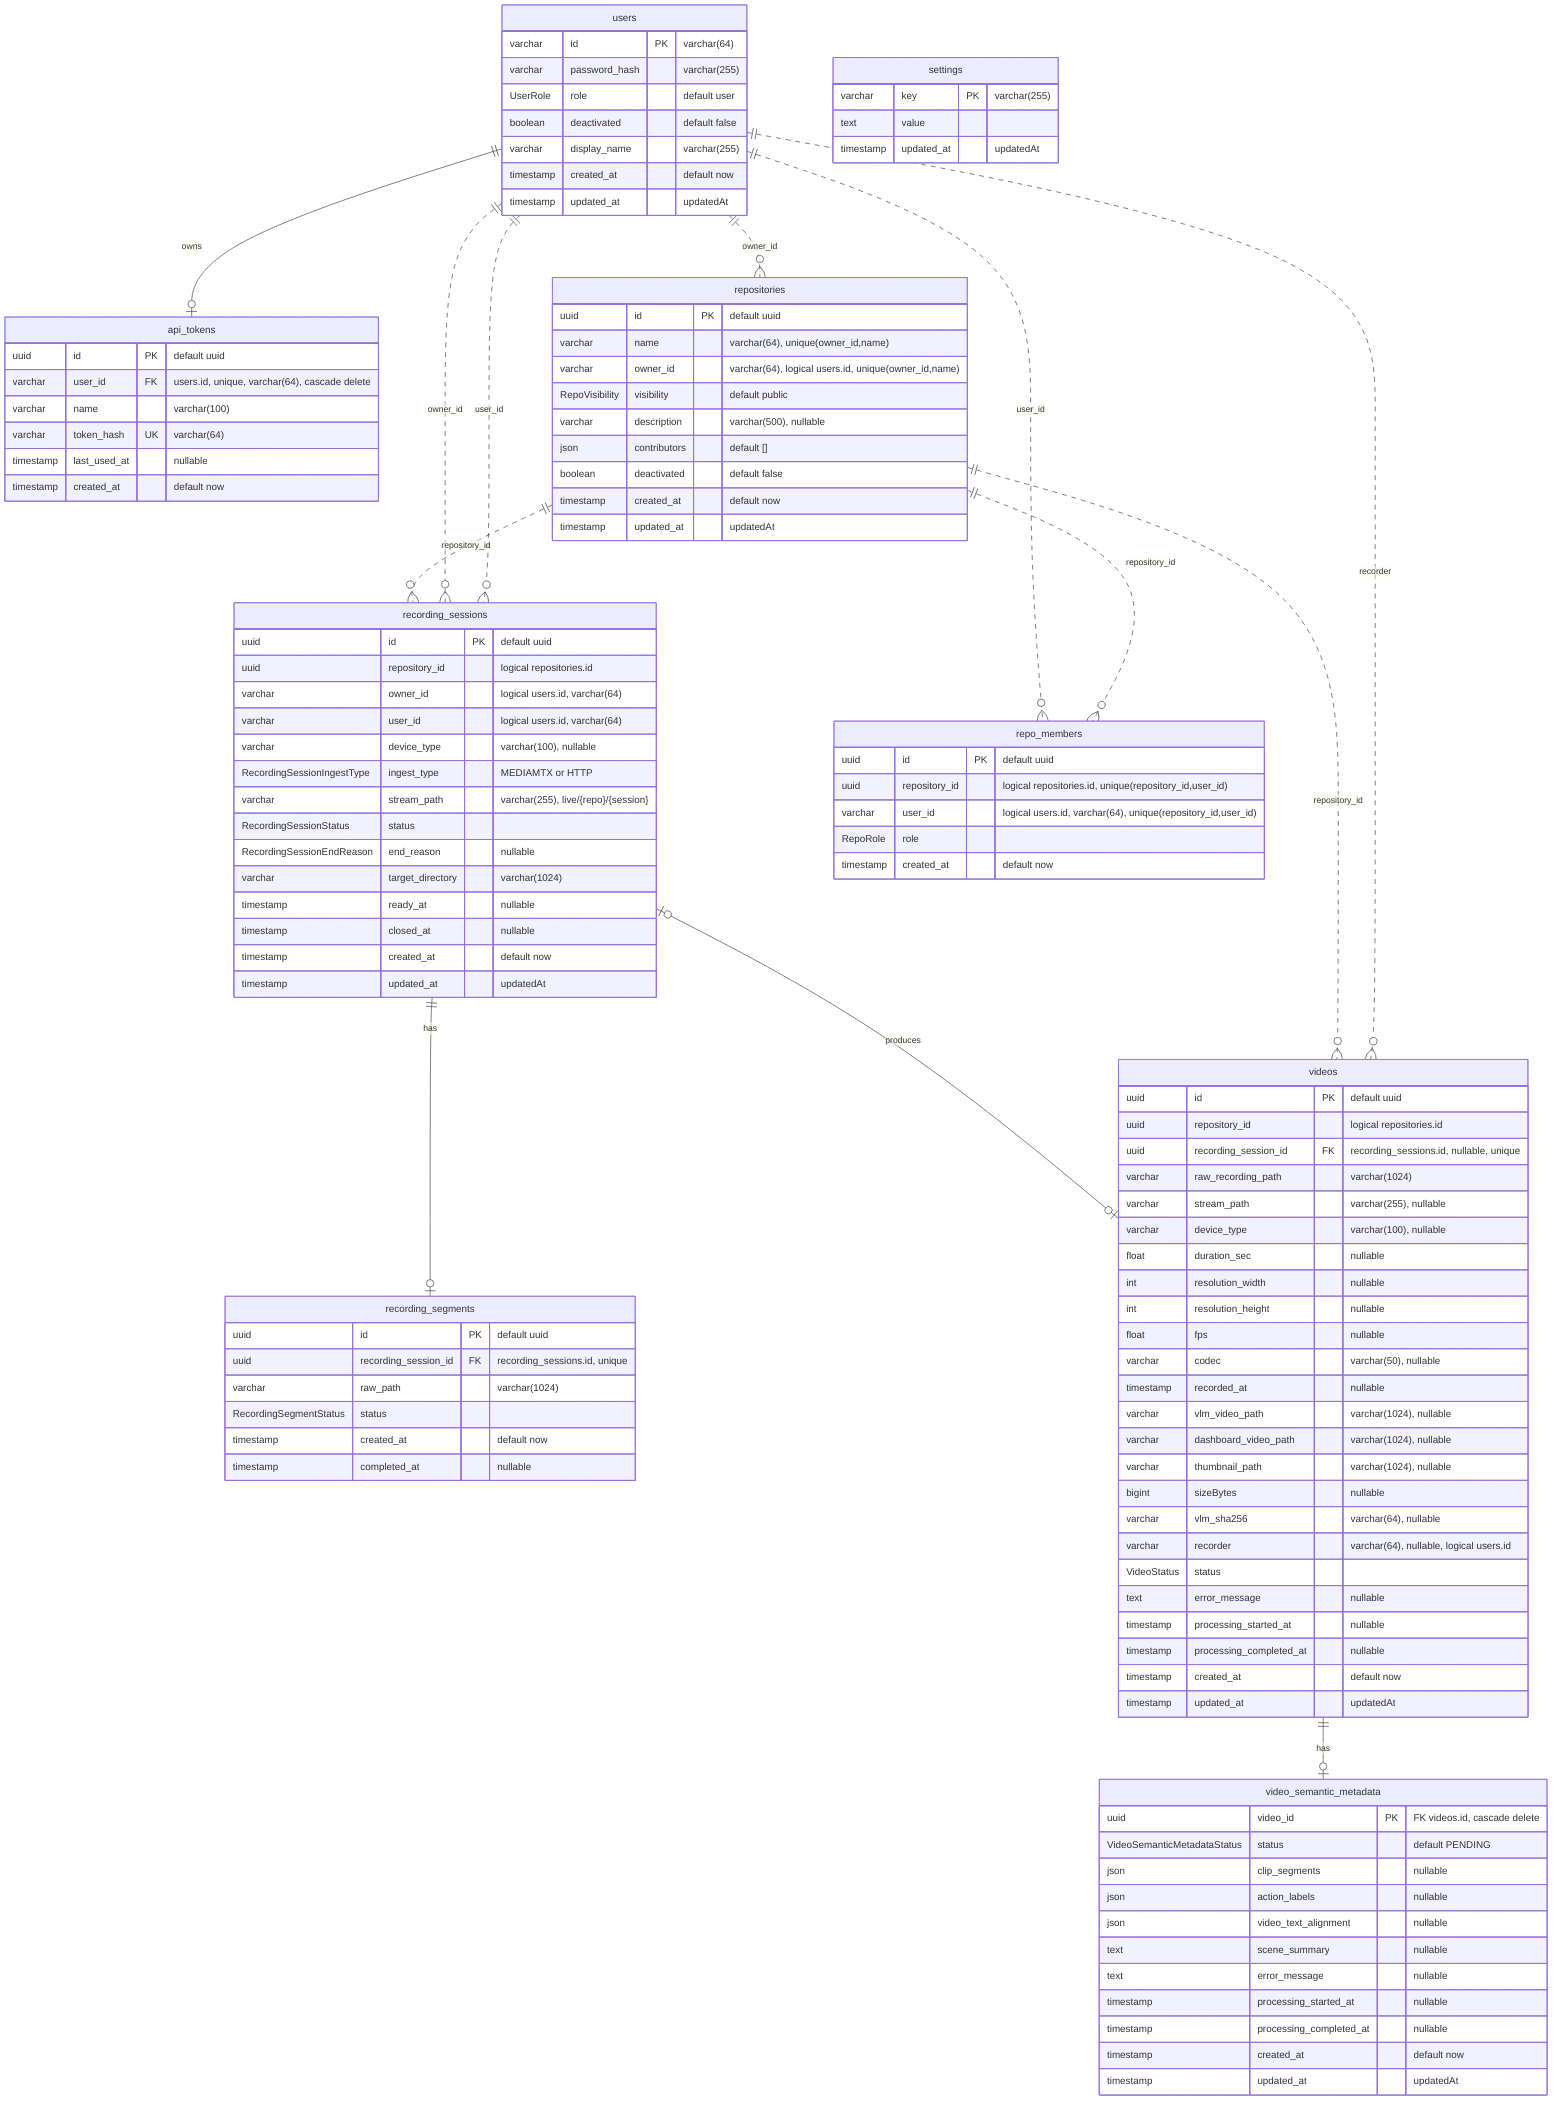
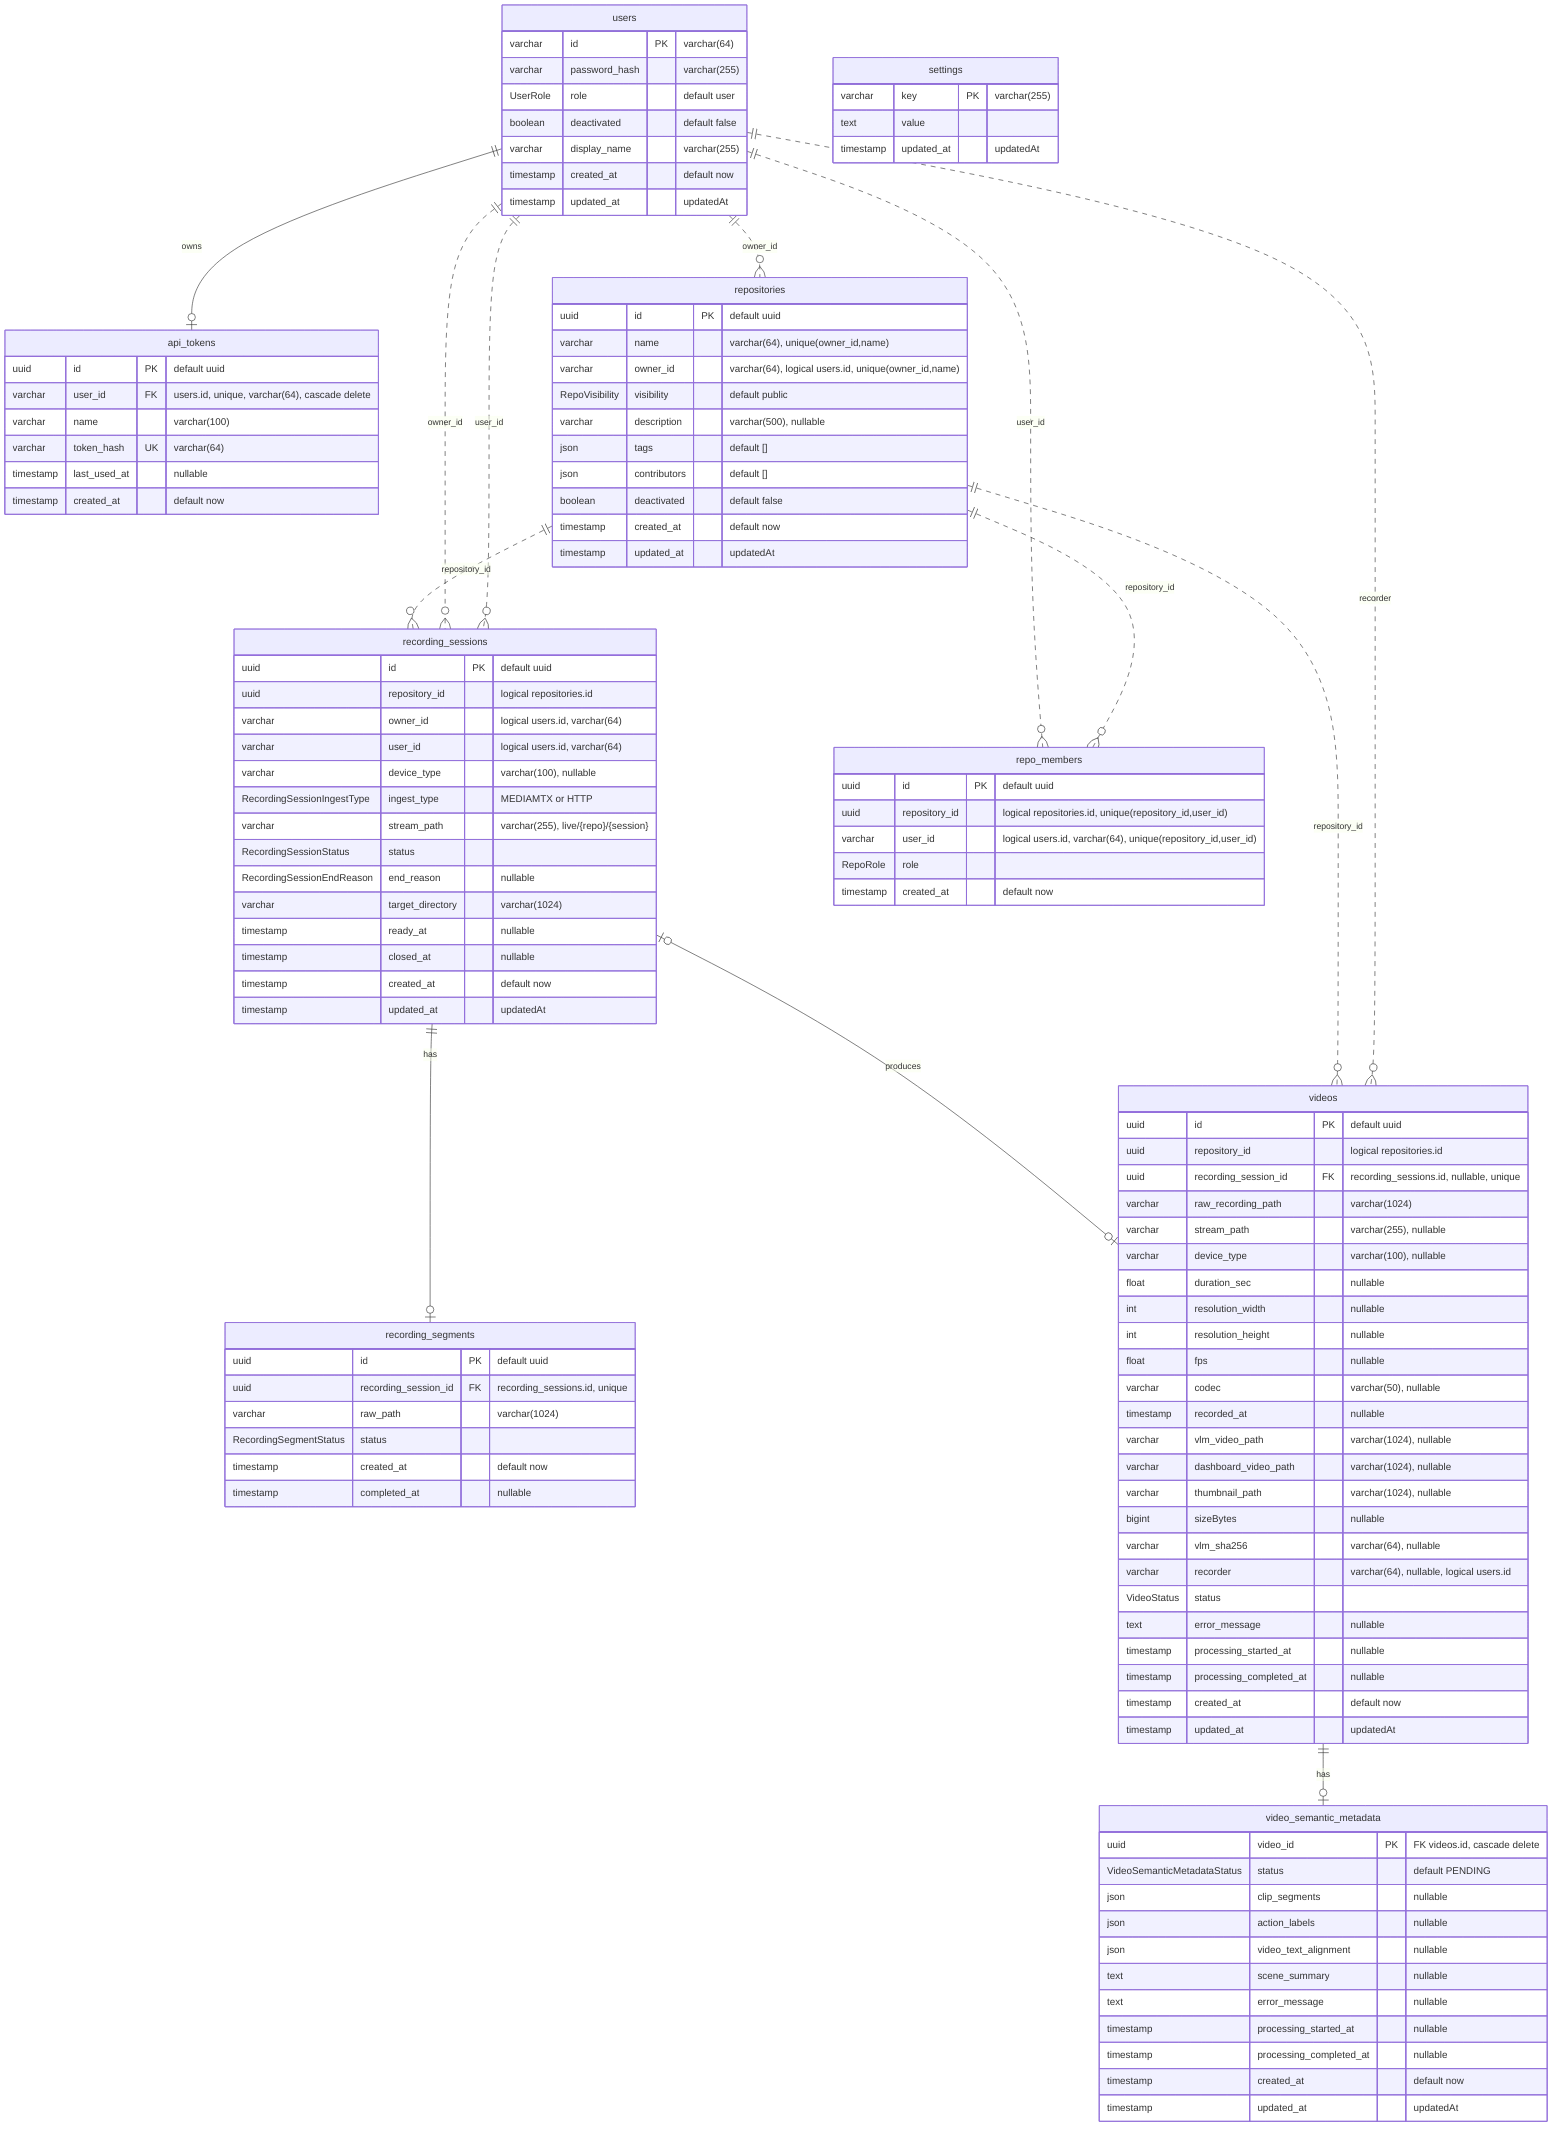
erDiagram
  %% Source of truth: backend/prisma/schema.prisma
  %% Solid lines are Prisma-declared relations that create DB-level references.
  %% Dotted lines are logical references stored as id fields without Prisma @relation.

  users ||--o| api_tokens : owns
  recording_sessions ||--o| recording_segments : has
  recording_sessions |o--o| videos : produces
  videos ||--o| video_semantic_metadata : has

  users ||..o{ repositories : owner_id
  users ||..o{ repo_members : user_id
  repositories ||..o{ repo_members : repository_id
  repositories ||..o{ recording_sessions : repository_id
  users ||..o{ recording_sessions : owner_id
  users ||..o{ recording_sessions : user_id
  repositories ||..o{ videos : repository_id
  users ||..o{ videos : recorder

  users {
    varchar id PK "varchar(64)"
    varchar password_hash "varchar(255)"
    UserRole role "default user"
    boolean deactivated "default false"
    varchar display_name "varchar(255)"
    timestamp created_at "default now"
    timestamp updated_at "updatedAt"
  }

  api_tokens {
    uuid id PK "default uuid"
    varchar user_id FK "users.id, unique, varchar(64), cascade delete"
    varchar name "varchar(100)"
    varchar token_hash UK "varchar(64)"
    timestamp last_used_at "nullable"
    timestamp created_at "default now"
  }

  settings {
    varchar key PK "varchar(255)"
    text value
    timestamp updated_at "updatedAt"
  }

  repositories {
    uuid id PK "default uuid"
    varchar name "varchar(64), unique(owner_id,name)"
    varchar owner_id "varchar(64), logical users.id, unique(owner_id,name)"
    RepoVisibility visibility "default public"
    varchar description "varchar(500), nullable"
+     json tags "default []"
    json contributors "default []"
    boolean deactivated "default false"
    timestamp created_at "default now"
    timestamp updated_at "updatedAt"
  }

  repo_members {
    uuid id PK "default uuid"
    uuid repository_id "logical repositories.id, unique(repository_id,user_id)"
    varchar user_id "logical users.id, varchar(64), unique(repository_id,user_id)"
    RepoRole role
    timestamp created_at "default now"
  }

  recording_sessions {
    uuid id PK "default uuid"
    uuid repository_id "logical repositories.id"
    varchar owner_id "logical users.id, varchar(64)"
    varchar user_id "logical users.id, varchar(64)"
    varchar device_type "varchar(100), nullable"
    RecordingSessionIngestType ingest_type "MEDIAMTX or HTTP"
    varchar stream_path "varchar(255), live/{repo}/{session}"
    RecordingSessionStatus status
    RecordingSessionEndReason end_reason "nullable"
    varchar target_directory "varchar(1024)"
    timestamp ready_at "nullable"
    timestamp closed_at "nullable"
    timestamp created_at "default now"
    timestamp updated_at "updatedAt"
  }

  recording_segments {
    uuid id PK "default uuid"
    uuid recording_session_id FK "recording_sessions.id, unique"
    varchar raw_path "varchar(1024)"
    RecordingSegmentStatus status
    timestamp created_at "default now"
    timestamp completed_at "nullable"
  }

  videos {
    uuid id PK "default uuid"
    uuid repository_id "logical repositories.id"
    uuid recording_session_id FK "recording_sessions.id, nullable, unique"
    varchar raw_recording_path "varchar(1024)"
    varchar stream_path "varchar(255), nullable"
    varchar device_type "varchar(100), nullable"
    float duration_sec "nullable"
    int resolution_width "nullable"
    int resolution_height "nullable"
    float fps "nullable"
    varchar codec "varchar(50), nullable"
    timestamp recorded_at "nullable"
    varchar vlm_video_path "varchar(1024), nullable"
    varchar dashboard_video_path "varchar(1024), nullable"
    varchar thumbnail_path "varchar(1024), nullable"
    bigint sizeBytes "nullable"
    varchar vlm_sha256 "varchar(64), nullable"
    varchar recorder "varchar(64), nullable, logical users.id"
    VideoStatus status
    text error_message "nullable"
    timestamp processing_started_at "nullable"
    timestamp processing_completed_at "nullable"
    timestamp created_at "default now"
    timestamp updated_at "updatedAt"
  }

  video_semantic_metadata {
    uuid video_id PK "FK videos.id, cascade delete"
    VideoSemanticMetadataStatus status "default PENDING"
    json clip_segments "nullable"
    json action_labels "nullable"
    json video_text_alignment "nullable"
    text scene_summary "nullable"
    text error_message "nullable"
    timestamp processing_started_at "nullable"
    timestamp processing_completed_at "nullable"
    timestamp created_at "default now"
    timestamp updated_at "updatedAt"
  }

  %% Enums:
  %% UserRole: admin, user
  %% RepoVisibility: public, private
  %% RepoRole: read, maintain, admin
  %% VideoStatus: COMPLETED, FAILED
  %% VideoSemanticMetadataStatus: PENDING, PROCESSING, COMPLETED, FAILED
  %% RecordingSessionStatus: PENDING, STREAMING, CLOSED
  %% RecordingSessionIngestType: MEDIAMTX, HTTP
  %% RecordingSessionEndReason:
  %%   NORMAL_DISCONNECT, UNEXPECTED_DISCONNECT, ACCESS_FORBIDDEN,
  %%   REPOSITORY_DELETED, INTERNAL_ERROR
  %% RecordingSegmentStatus: WRITING, WRITE_DONE, PROCESSING, COMPLETED, FAILED

  %% Unique constraints:
  %% api_tokens.user_id
  %% api_tokens.token_hash
  %% repositories(owner_id, name)
  %% repo_members(repository_id, user_id)
  %% recording_segments.recording_session_id
  %% videos.recording_session_id

  %% Indexes:
  %% repositories.owner_id -> idx_repos_owner_id
  %% repositories.visibility -> idx_repos_visibility
  %% repositories.deactivated -> idx_repos_deactivated
  %% repo_members.repository_id -> idx_repo_members_repo_id
  %% repo_members.user_id -> idx_repo_members_user_id
  %% recording_sessions(repository_id, status) -> idx_recording_sessions_repo_status
  %% recording_sessions(user_id, created_at) -> idx_recording_sessions_user_created_at
  %% recording_segments.status -> idx_recording_segments_status
  %% videos.status
  %% videos.repository_id -> idx_videos_repository_id
  %% videos.recorded_at -> idx_videos_recorded_at
  %% videos.recorder -> idx_videos_recorder
  %% videos.recording_session_id -> idx_videos_recording_session_id
  %% video_semantic_metadata.status -> idx_video_semantic_metadata_status
